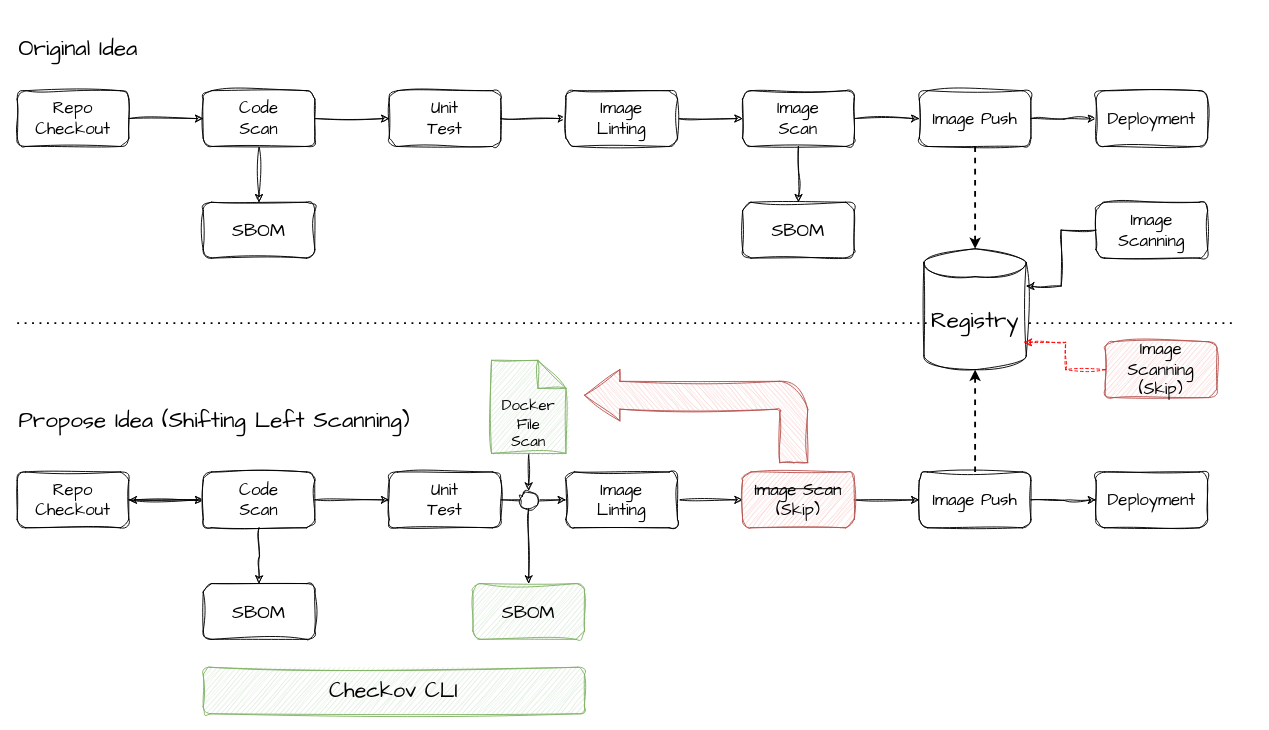
Earlier version of the draw.io diagram page "Vulnerability Database" (5 of 5) of Prisma Cloud - DevSecOps Vulnerability Management Flow.drawio (billhoph/whiteboards). Source tidied: cells renumbered, new cells numbered last; positions are measured from the earlier drawing's top-left corner, leaving out a move shared by most shapes. Both pictures are drawn from the tidied source at 93%, with x=0, y=0 at pixel (17, 25). Pictures stored in the file or linked from it are replaced by grey dashed boxes.
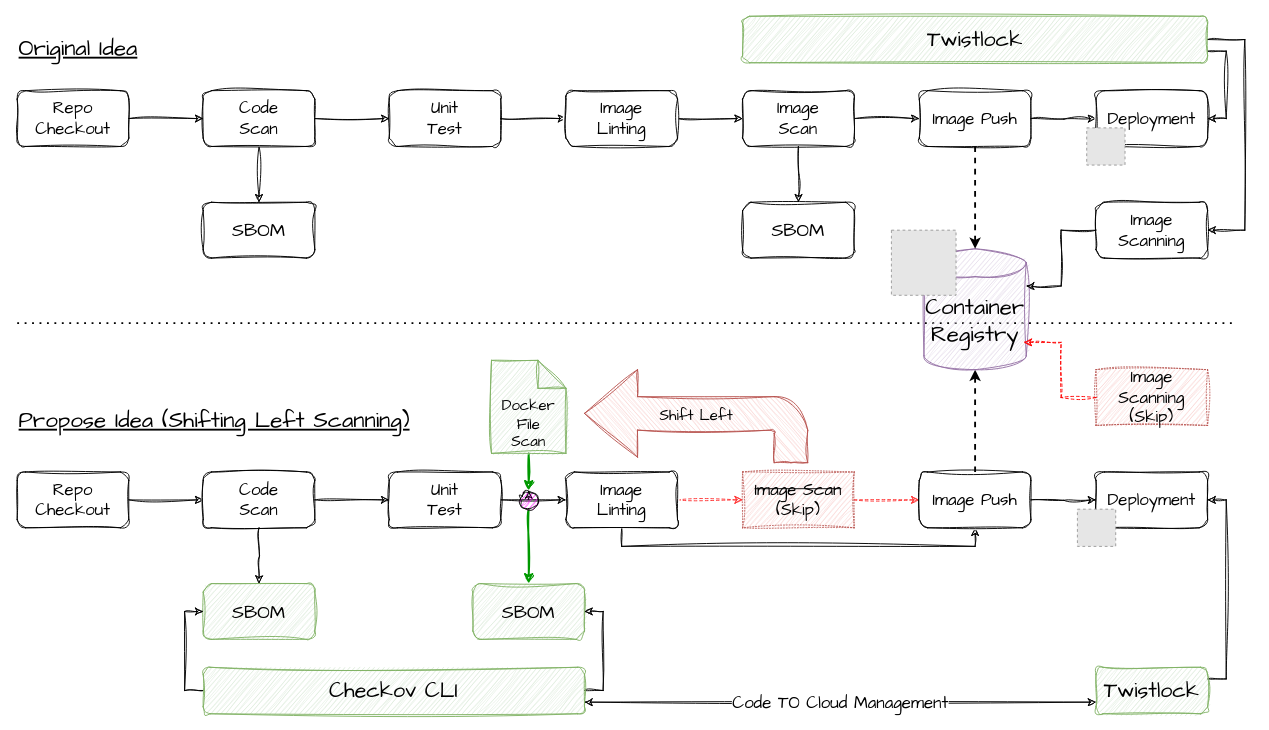
The same page after the edit.

The change refers to these unchanged cells:
```xml
<mxCell id="4" value="Repo Checkout" style="rounded=1;whiteSpace=wrap;html=1;sketch=1;hachureGap=4;jiggle=2;curveFitting=1;fontFamily=Architects Daughter;fontSize=18;" parent="1" vertex="1">
  <mxGeometry y="480" width="120" height="60" as="geometry" />
</mxCell>
<mxCell id="7" value="Code&lt;div&gt;Scan&lt;/div&gt;" style="rounded=1;whiteSpace=wrap;html=1;sketch=1;hachureGap=4;jiggle=2;curveFitting=1;fontFamily=Architects Daughter;fontSize=18;" parent="1" vertex="1">
  <mxGeometry x="200" y="480" width="120" height="60" as="geometry" />
</mxCell>
<mxCell id="11" value="Image&lt;div&gt;Linting&lt;/div&gt;" style="rounded=1;whiteSpace=wrap;html=1;sketch=1;hachureGap=4;jiggle=2;curveFitting=1;fontFamily=Architects Daughter;fontSize=18;" parent="1" vertex="1">
  <mxGeometry x="590" y="480" width="120" height="60" as="geometry" />
</mxCell>
<mxCell id="31" value="SBOM" style="rounded=1;whiteSpace=wrap;html=1;sketch=1;hachureGap=4;jiggle=2;curveFitting=1;fontFamily=Architects Daughter;fontSize=20;fillColor=#d5e8d4;strokeColor=#82b366;" parent="1" vertex="1">
  <mxGeometry x="490" y="600" width="120" height="60" as="geometry" />
</mxCell>
<mxCell id="33" value="Docker&lt;div style=&quot;font-size: 16px;&quot;&gt;File&lt;/div&gt;&lt;div style=&quot;font-size: 16px;&quot;&gt;Scan&lt;/div&gt;" style="shape=note;whiteSpace=wrap;html=1;backgroundOutline=1;darkOpacity=0.05;sketch=1;hachureGap=4;jiggle=2;curveFitting=1;fontFamily=Architects Daughter;fontSize=16;verticalAlign=bottom;fillColor=#d5e8d4;strokeColor=#82b366;" parent="1" vertex="1">
  <mxGeometry x="510" y="360" width="80" height="100" as="geometry" />
</mxCell>
<mxCell id="36" value="Image Push" style="rounded=1;whiteSpace=wrap;html=1;sketch=1;hachureGap=4;jiggle=2;curveFitting=1;fontFamily=Architects Daughter;fontSize=18;" parent="1" vertex="1">
  <mxGeometry x="970" y="480" width="120" height="60" as="geometry" />
</mxCell>
<mxCell id="39" value="Deployment" style="rounded=1;whiteSpace=wrap;html=1;sketch=1;hachureGap=4;jiggle=2;curveFitting=1;fontFamily=Architects Daughter;fontSize=18;" parent="1" vertex="1">
  <mxGeometry x="1160" y="70" width="120" height="60" as="geometry" />
</mxCell>
<mxCell id="40" value="Deployment" style="rounded=1;whiteSpace=wrap;html=1;sketch=1;hachureGap=4;jiggle=2;curveFitting=1;fontFamily=Architects Daughter;fontSize=18;" parent="1" vertex="1">
  <mxGeometry x="1160" y="480" width="120" height="60" as="geometry" />
</mxCell>
<mxCell id="45" value="Checkov CLI" style="rounded=1;whiteSpace=wrap;html=1;sketch=1;hachureGap=4;jiggle=2;curveFitting=1;fontFamily=Architects Daughter;fontSize=23;fillColor=#d5e8d4;strokeColor=#82b366;" parent="1" vertex="1">
  <mxGeometry x="200" y="690" width="410" height="50" as="geometry" />
</mxCell>
<mxCell id="48" value="Image Scanning" style="rounded=1;whiteSpace=wrap;html=1;sketch=1;hachureGap=4;jiggle=2;curveFitting=1;fontFamily=Architects Daughter;fontSize=18;" parent="1" vertex="1">
  <mxGeometry x="1160" y="190" width="120" height="60" as="geometry" />
</mxCell>
```

What changed in the source:
```diff
@@
-    <mxCell id="6" style="edgeStyle=orthogonalEdgeStyle;rounded=0;sketch=1;hachureGap=4;jiggle=2;curveFitting=1;jettySize=auto;html=1;fontFamily=Architects Daughter;" parent="1" edge="1" source="7" target="4">
-      <mxGeometry relative="1" as="geometry" />
-    </mxCell>
@@
-    <mxCell id="10" style="edgeStyle=orthogonalEdgeStyle;rounded=0;sketch=1;hachureGap=4;jiggle=2;curveFitting=1;jettySize=auto;html=1;entryX=0;entryY=0.5;entryDx=0;entryDy=0;fontFamily=Architects Daughter;" parent="1" edge="1" source="11" target="13">
+    <mxCell id="10" style="edgeStyle=orthogonalEdgeStyle;rounded=0;sketch=1;hachureGap=4;jiggle=2;curveFitting=1;jettySize=auto;html=1;entryX=0;entryY=0.5;entryDx=0;entryDy=0;fontFamily=Architects Daughter;strokeWidth=1;dashed=1;strokeColor=#FF3333;" parent="1" edge="1" source="11" target="13">
       <mxGeometry relative="1" as="geometry" />
     </mxCell>
+    <mxCell id="53" style="edgeStyle=orthogonalEdgeStyle;rounded=0;sketch=1;hachureGap=4;jiggle=2;curveFitting=1;jettySize=auto;html=1;exitX=0.5;exitY=1;exitDx=0;exitDy=0;entryX=0.5;entryY=1;entryDx=0;entryDy=0;fontFamily=Architects Daughter;" parent="1" edge="1" source="11" target="36">
+      <mxGeometry relative="1" as="geometry" />
+    </mxCell>
@@
-    <mxCell id="12" style="edgeStyle=orthogonalEdgeStyle;rounded=0;sketch=1;hachureGap=4;jiggle=2;curveFitting=1;jettySize=auto;html=1;exitX=1;exitY=0.5;exitDx=0;exitDy=0;entryX=0;entryY=0.5;entryDx=0;entryDy=0;fontFamily=Architects Daughter;" parent="1" edge="1" source="13" target="36">
+    <mxCell id="12" style="edgeStyle=orthogonalEdgeStyle;rounded=0;sketch=1;hachureGap=4;jiggle=2;curveFitting=1;jettySize=auto;html=1;exitX=1;exitY=0.5;exitDx=0;exitDy=0;entryX=0;entryY=0.5;entryDx=0;entryDy=0;fontFamily=Architects Daughter;strokeWidth=1;dashed=1;strokeColor=#FF3333;" parent="1" edge="1" source="13" target="36">
       <mxGeometry relative="1" as="geometry" />
     </mxCell>
-    <mxCell id="13" value="&lt;strike&gt;Image Scan&lt;br&gt;&lt;/strike&gt;(Skip)" style="rounded=1;whiteSpace=wrap;html=1;sketch=1;hachureGap=4;jiggle=2;curveFitting=1;fontFamily=Architects Daughter;fontSize=18;fillColor=#f8cecc;strokeColor=#b85450;" parent="1" vertex="1">
+    <mxCell id="13" value="&lt;strike&gt;Image Scan&lt;br&gt;&lt;/strike&gt;(Skip)" style="rounded=0;whiteSpace=wrap;html=1;sketch=1;hachureGap=4;jiggle=2;curveFitting=1;fontFamily=Architects Daughter;fontSize=18;fillColor=#f8cecc;strokeColor=#b85450;dashed=1;dashPattern=1 2;" parent="1" vertex="1">
       <mxGeometry x="780" y="480" width="120" height="60" as="geometry" />
     </mxCell>
@@
-    <mxCell id="27" value="SBOM" style="rounded=1;whiteSpace=wrap;html=1;sketch=1;hachureGap=4;jiggle=2;curveFitting=1;fontFamily=Architects Daughter;fontSize=20;" parent="1" vertex="1">
+    <mxCell id="27" value="SBOM" style="rounded=1;whiteSpace=wrap;html=1;sketch=1;hachureGap=4;jiggle=2;curveFitting=1;fontFamily=Architects Daughter;fontSize=20;fillColor=#d5e8d4;strokeColor=#82b366;" parent="1" vertex="1">
       <mxGeometry x="200" y="600" width="120" height="60" as="geometry" />
     </mxCell>
@@
-    <mxCell id="30" style="edgeStyle=orthogonalEdgeStyle;rounded=0;sketch=1;hachureGap=4;jiggle=2;curveFitting=1;jettySize=auto;html=1;entryX=0.5;entryY=0;entryDx=0;entryDy=0;fontFamily=Architects Daughter;" parent="1" edge="1" source="44" target="31">
+    <mxCell id="30" style="edgeStyle=orthogonalEdgeStyle;rounded=0;sketch=1;hachureGap=4;jiggle=2;curveFitting=1;jettySize=auto;html=1;entryX=0.5;entryY=0;entryDx=0;entryDy=0;fontFamily=Architects Daughter;strokeColor=#009900;strokeWidth=2;" parent="1" edge="1" source="44" target="31">
       <mxGeometry relative="1" as="geometry" />
     </mxCell>
@@
-    <mxCell id="32" style="edgeStyle=orthogonalEdgeStyle;rounded=0;sketch=1;hachureGap=4;jiggle=2;curveFitting=1;jettySize=auto;html=1;exitX=0.5;exitY=1;exitDx=0;exitDy=0;exitPerimeter=0;entryX=0.5;entryY=0;entryDx=0;entryDy=0;fontFamily=Architects Daughter;" parent="1" edge="1" source="33" target="44">
+    <mxCell id="32" style="edgeStyle=orthogonalEdgeStyle;rounded=0;sketch=1;hachureGap=4;jiggle=2;curveFitting=1;jettySize=auto;html=1;exitX=0.5;exitY=1;exitDx=0;exitDy=0;exitPerimeter=0;entryX=0.5;entryY=0;entryDx=0;entryDy=0;fontFamily=Architects Daughter;strokeColor=#009900;strokeWidth=2;" parent="1" edge="1" source="33" target="44">
       <mxGeometry relative="1" as="geometry" />
     </mxCell>
@@
-    <mxCell id="41" value="Registry" style="shape=cylinder3;whiteSpace=wrap;html=1;boundedLbl=1;backgroundOutline=1;size=15;sketch=1;hachureGap=4;jiggle=2;curveFitting=1;fontFamily=Architects Daughter;fontSize=24;" parent="1" vertex="1">
+    <mxCell id="41" value="&lt;div&gt;Container&lt;/div&gt;Registry" style="shape=cylinder3;whiteSpace=wrap;html=1;boundedLbl=1;backgroundOutline=1;size=15;sketch=1;hachureGap=4;jiggle=2;curveFitting=1;fontFamily=Architects Daughter;fontSize=24;fillColor=#e1d5e7;strokeColor=#9673a6;" parent="1" vertex="1">
       <mxGeometry x="975" y="240" width="110" height="130" as="geometry" />
     </mxCell>
@@
-    <mxCell id="44" style="ellipse;whiteSpace=wrap;html=1;sketch=1;hachureGap=4;jiggle=2;curveFitting=1;fontFamily=Architects Daughter;" parent="1" vertex="1">
+    <mxCell id="44" style="ellipse;whiteSpace=wrap;html=1;sketch=1;hachureGap=4;jiggle=2;curveFitting=1;fontFamily=Architects Daughter;fillColor=#FF00FF;" parent="1" vertex="1">
       <mxGeometry x="540" y="500" width="20" height="20" as="geometry" />
     </mxCell>
+    <mxCell id="54" style="edgeStyle=orthogonalEdgeStyle;rounded=0;sketch=1;hachureGap=4;jiggle=2;curveFitting=1;jettySize=auto;html=1;exitX=1;exitY=0.5;exitDx=0;exitDy=0;entryX=1;entryY=0.5;entryDx=0;entryDy=0;fontFamily=Architects Daughter;" parent="1" edge="1" source="45" target="31">
+      <mxGeometry relative="1" as="geometry" />
+    </mxCell>
+    <mxCell id="55" style="edgeStyle=orthogonalEdgeStyle;rounded=0;sketch=1;hachureGap=4;jiggle=2;curveFitting=1;jettySize=auto;html=1;exitX=0;exitY=0.5;exitDx=0;exitDy=0;entryX=0;entryY=0.5;entryDx=0;entryDy=0;fontFamily=Architects Daughter;" parent="1" edge="1" source="45" target="27">
+      <mxGeometry relative="1" as="geometry" />
+    </mxCell>
+    <mxCell id="56" value="Code TO Cloud Management" style="edgeStyle=orthogonalEdgeStyle;rounded=0;sketch=1;hachureGap=4;jiggle=2;curveFitting=1;jettySize=auto;html=1;exitX=1;exitY=0.75;exitDx=0;exitDy=0;entryX=0;entryY=0.75;entryDx=0;entryDy=0;fontFamily=Architects Daughter;startArrow=classic;startFill=1;fontSize=18;" parent="1" edge="1" source="45" target="58">
+      <mxGeometry relative="1" as="geometry" />
+    </mxCell>
@@
-    <mxCell id="46" value="Original Idea" style="text;html=1;align=left;verticalAlign=middle;whiteSpace=wrap;rounded=0;fontFamily=Architects Daughter;fontSize=24;" parent="1" vertex="1">
+    <mxCell id="46" value="Original Idea" style="text;html=1;align=left;verticalAlign=middle;whiteSpace=wrap;rounded=0;fontFamily=Architects Daughter;fontSize=24;fontStyle=4;" parent="1" vertex="1">
       <mxGeometry width="180" height="50" as="geometry" />
     </mxCell>
-    <mxCell id="47" value="Propose Idea (Shifting Left Scanning)" style="text;html=1;align=left;verticalAlign=middle;whiteSpace=wrap;rounded=0;fontFamily=Architects Daughter;fontSize=24;" parent="1" vertex="1">
+    <mxCell id="47" value="Propose Idea (Shifting Left Scanning)" style="text;html=1;align=left;verticalAlign=middle;whiteSpace=wrap;rounded=0;fontFamily=Architects Daughter;fontSize=24;fontStyle=4;" parent="1" vertex="1">
       <mxGeometry y="400" width="430" height="50" as="geometry" />
     </mxCell>
@@
-    <mxCell id="50" value="Image Scanning&lt;br&gt;(Skip)" style="rounded=1;whiteSpace=wrap;html=1;sketch=1;hachureGap=4;jiggle=2;curveFitting=1;fontFamily=Architects Daughter;fontSize=18;fillColor=#f8cecc;strokeColor=#b85450;" parent="1" vertex="1">
-      <mxGeometry x="1170" y="340" width="120" height="60" as="geometry" />
+    <mxCell id="50" value="Image Scanning&lt;br&gt;(Skip)" style="rounded=0;whiteSpace=wrap;html=1;sketch=1;hachureGap=4;jiggle=2;curveFitting=1;fontFamily=Architects Daughter;fontSize=18;fillColor=#f8cecc;strokeColor=#b85450;dashed=1;dashPattern=1 2;" parent="1" vertex="1">
+      <mxGeometry x="1160" y="370" width="120" height="60" as="geometry" />
     </mxCell>
@@
-    <mxCell id="52" style="html=1;shadow=0;dashed=0;align=center;verticalAlign=middle;shape=mxgraph.arrows2.bendArrow;dy=15;dx=38;notch=0;arrowHead=55;rounded=1;sketch=1;hachureGap=4;jiggle=2;curveFitting=1;fontFamily=Architects Daughter;flipH=1;fillColor=#f8cecc;strokeColor=#b85450;" parent="1" vertex="1">
+    <mxCell id="52" value="&lt;font style=&quot;font-size: 16px;&quot;&gt;Shift Left&lt;/font&gt;" style="html=1;shadow=0;dashed=0;align=center;verticalAlign=middle;shape=mxgraph.arrows2.bendArrow;dy=18;dx=57;notch=0;arrowHead=94;rounded=1;sketch=1;hachureGap=4;jiggle=2;curveFitting=1;fontFamily=Architects Daughter;flipH=1;fillColor=#f8cecc;strokeColor=#b85450;" parent="1" vertex="1">
       <mxGeometry x="610" y="370" width="240" height="100" as="geometry" />
     </mxCell>
+    <mxCell id="57" style="edgeStyle=orthogonalEdgeStyle;rounded=0;sketch=1;hachureGap=4;jiggle=2;curveFitting=1;jettySize=auto;html=1;exitX=1;exitY=0.25;exitDx=0;exitDy=0;entryX=1;entryY=0.5;entryDx=0;entryDy=0;fontFamily=Architects Daughter;" parent="1" edge="1" source="58" target="40">
+      <mxGeometry relative="1" as="geometry" />
+    </mxCell>
+    <mxCell id="58" value="Twistlock" style="rounded=1;whiteSpace=wrap;html=1;sketch=1;hachureGap=4;jiggle=2;curveFitting=1;fontFamily=Architects Daughter;fontSize=23;fillColor=#d5e8d4;strokeColor=#82b366;" parent="1" vertex="1">
+      <mxGeometry x="1160" y="690" width="120" height="50" as="geometry" />
+    </mxCell>
+    <mxCell id="59" style="edgeStyle=orthogonalEdgeStyle;rounded=0;sketch=1;hachureGap=4;jiggle=2;curveFitting=1;jettySize=auto;html=1;exitX=1;exitY=0.75;exitDx=0;exitDy=0;entryX=1;entryY=0.5;entryDx=0;entryDy=0;fontFamily=Architects Daughter;" parent="1" edge="1" source="61" target="39">
+      <mxGeometry relative="1" as="geometry" />
+    </mxCell>
+    <mxCell id="60" style="edgeStyle=orthogonalEdgeStyle;rounded=0;sketch=1;hachureGap=4;jiggle=2;curveFitting=1;jettySize=auto;html=1;exitX=1;exitY=0.5;exitDx=0;exitDy=0;entryX=1;entryY=0.5;entryDx=0;entryDy=0;fontFamily=Architects Daughter;" parent="1" edge="1" source="61" target="48">
+      <mxGeometry relative="1" as="geometry">
+        <Array as="points">
+          <mxPoint x="1320" y="15" />
+          <mxPoint x="1320" y="220" />
+        </Array>
+      </mxGeometry>
+    </mxCell>
+    <mxCell id="61" value="Twistlock" style="rounded=1;whiteSpace=wrap;html=1;sketch=1;hachureGap=4;jiggle=2;curveFitting=1;fontFamily=Architects Daughter;fontSize=23;fillColor=#d5e8d4;strokeColor=#82b366;" parent="1" vertex="1">
+      <mxGeometry x="780" y="-10" width="500" height="50" as="geometry" />
+    </mxCell>
+    <mxCell id="62" style="fillColor=#E6E6E6;strokeColor=#999999;dashed=1;verticalLabelPosition=bottom;labelBackgroundColor=default;verticalAlign=top;" parent="1" vertex="1">
+      <mxGeometry x="940" y="220" width="69.5" height="70" as="geometry" />
+    </mxCell>
+    <mxCell id="63" style="fillColor=#E6E6E6;strokeColor=#999999;dashed=1;verticalLabelPosition=bottom;labelBackgroundColor=default;verticalAlign=top;" parent="1" vertex="1">
+      <mxGeometry x="1150" y="110" width="41.2" height="40" as="geometry" />
+    </mxCell>
+    <mxCell id="64" style="fillColor=#E6E6E6;strokeColor=#999999;dashed=1;verticalLabelPosition=bottom;labelBackgroundColor=default;verticalAlign=top;" parent="1" vertex="1">
+      <mxGeometry x="1140" y="520" width="41.2" height="40" as="geometry" />
+    </mxCell>
```
